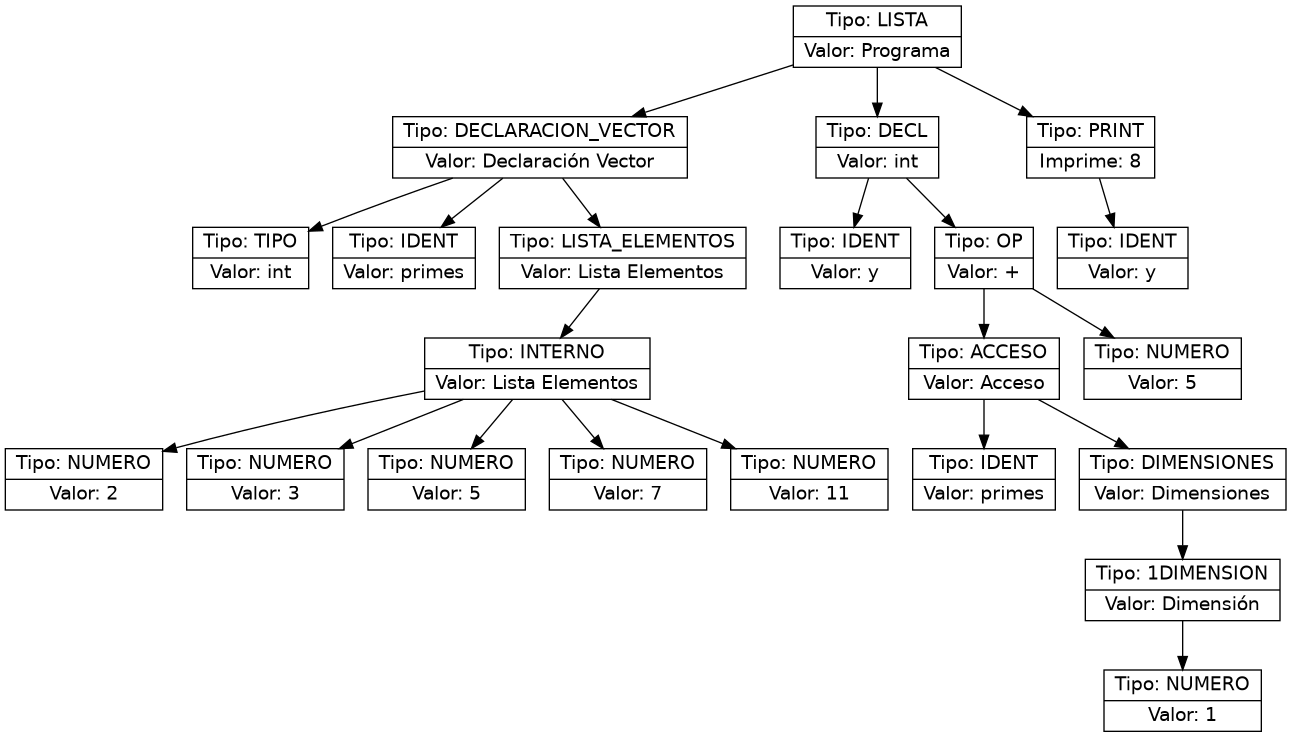
Above: ast.png in Farot30/OLC2_2s2025_202307820 (Graphviz), before the change. Its source is kept beside it as ast.dot. Source of this version:
```dot
digraph AST {
  node [shape=record,fontname="Helvetica"];
  n0x5fb536857dc0 [label="{Tipo: LISTA|Valor: Programa}"];
  n0x5fb536857dc0 -> n0x5fb53688ff60;
  n0x5fb53688ff60 [label="{Tipo: DECLARACION_VECTOR|Valor: Declaración Vector}"];
  n0x5fb53688ff60 -> n0x5fb5368580e0;
  n0x5fb5368580e0 [label="{Tipo: TIPO|Valor: int}"];
  n0x5fb53688ff60 -> n0x5fb53661d180;
  n0x5fb53661d180 [label="{Tipo: IDENT|Valor: primes}"];
  n0x5fb53688ff60 -> n0x5fb536858f80;
  n0x5fb536858f80 [label="{Tipo: LISTA_ELEMENTOS|Valor: Lista Elementos}"];
  n0x5fb536858f80 -> n0x5fb5366477c0;
  n0x5fb5366477c0 [label="{Tipo: INTERNO|Valor: Lista Elementos}"];
  n0x5fb5366477c0 -> n0x5fb5368cded0;
  n0x5fb5368cded0 [label="{Tipo: NUMERO|Valor: 2}"];
  n0x5fb5366477c0 -> n0x5fb536859020;
  n0x5fb536859020 [label="{Tipo: NUMERO|Valor: 3}"];
  n0x5fb5366477c0 -> n0x5fb5366237e0;
  n0x5fb5366237e0 [label="{Tipo: NUMERO|Valor: 5}"];
  n0x5fb5366477c0 -> n0x5fb5367e3ab0;
  n0x5fb5367e3ab0 [label="{Tipo: NUMERO|Valor: 7}"];
  n0x5fb5366477c0 -> n0x5fb53691b740;
  n0x5fb53691b740 [label="{Tipo: NUMERO|Valor: 11}"];
  n0x5fb536857dc0 -> n0x5fb5368b7e70;
  n0x5fb5368b7e70 [label="{Tipo: DECL|Valor: int}"];
  n0x5fb5368b7e70 -> n0x5fb5367e9470;
  n0x5fb5367e9470 [label="{Tipo: IDENT|Valor: y}"];
  n0x5fb5368b7e70 -> n0x5fb5368584a0;
  n0x5fb5368584a0 [label="{Tipo: OP|Valor: +}"];
  n0x5fb5368584a0 -> n0x5fb5369f4950;
  n0x5fb5369f4950 [label="{Tipo: ACCESO|Valor: Acceso}"];
  n0x5fb5369f4950 -> n0x5fb5367e32e0;
  n0x5fb5367e32e0 [label="{Tipo: IDENT|Valor: primes}"];
  n0x5fb5369f4950 -> n0x5fb53678f140;
  n0x5fb53678f140 [label="{Tipo: DIMENSIONES|Valor: Dimensiones}"];
  n0x5fb53678f140 -> n0x5fb5369f4060;
  n0x5fb5369f4060 [label="{Tipo: 1DIMENSION|Valor: Dimensión}"];
  n0x5fb5369f4060 -> n0x5fb5368d09d0;
  n0x5fb5368d09d0 [label="{Tipo: NUMERO|Valor: 1}"];
  n0x5fb5368584a0 -> n0x5fb53696b130;
  n0x5fb53696b130 [label="{Tipo: NUMERO|Valor: 5}"];
  n0x5fb536857dc0 -> n0x5fb53688e160;
  n0x5fb53688e160 [label="{Tipo: PRINT|Imprime: 8}"];
  n0x5fb53688e160 -> n0x5fb5367e19e0;
  n0x5fb5367e19e0 [label="{Tipo: IDENT|Valor: y}"];
}
```
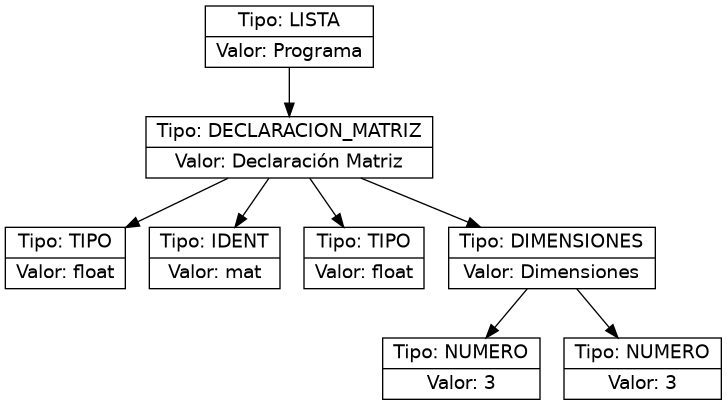
The same file after the commit.

Diff of the diagram source:
```diff
@@ -1,46 +1,18 @@
 digraph AST {
   node [shape=record,fontname="Helvetica"];
-  n0x5fb536857dc0 [label="{Tipo: LISTA|Valor: Programa}"];
-  n0x5fb536857dc0 -> n0x5fb53688ff60;
-  n0x5fb53688ff60 [label="{Tipo: DECLARACION_VECTOR|Valor: Declaración Vector}"];
-  n0x5fb53688ff60 -> n0x5fb5368580e0;
-  n0x5fb5368580e0 [label="{Tipo: TIPO|Valor: int}"];
-  n0x5fb53688ff60 -> n0x5fb53661d180;
-  n0x5fb53661d180 [label="{Tipo: IDENT|Valor: primes}"];
-  n0x5fb53688ff60 -> n0x5fb536858f80;
-  n0x5fb536858f80 [label="{Tipo: LISTA_ELEMENTOS|Valor: Lista Elementos}"];
-  n0x5fb536858f80 -> n0x5fb5366477c0;
-  n0x5fb5366477c0 [label="{Tipo: INTERNO|Valor: Lista Elementos}"];
-  n0x5fb5366477c0 -> n0x5fb5368cded0;
-  n0x5fb5368cded0 [label="{Tipo: NUMERO|Valor: 2}"];
-  n0x5fb5366477c0 -> n0x5fb536859020;
-  n0x5fb536859020 [label="{Tipo: NUMERO|Valor: 3}"];
-  n0x5fb5366477c0 -> n0x5fb5366237e0;
-  n0x5fb5366237e0 [label="{Tipo: NUMERO|Valor: 5}"];
-  n0x5fb5366477c0 -> n0x5fb5367e3ab0;
-  n0x5fb5367e3ab0 [label="{Tipo: NUMERO|Valor: 7}"];
-  n0x5fb5366477c0 -> n0x5fb53691b740;
-  n0x5fb53691b740 [label="{Tipo: NUMERO|Valor: 11}"];
-  n0x5fb536857dc0 -> n0x5fb5368b7e70;
-  n0x5fb5368b7e70 [label="{Tipo: DECL|Valor: int}"];
-  n0x5fb5368b7e70 -> n0x5fb5367e9470;
-  n0x5fb5367e9470 [label="{Tipo: IDENT|Valor: y}"];
-  n0x5fb5368b7e70 -> n0x5fb5368584a0;
-  n0x5fb5368584a0 [label="{Tipo: OP|Valor: +}"];
-  n0x5fb5368584a0 -> n0x5fb5369f4950;
-  n0x5fb5369f4950 [label="{Tipo: ACCESO|Valor: Acceso}"];
-  n0x5fb5369f4950 -> n0x5fb5367e32e0;
-  n0x5fb5367e32e0 [label="{Tipo: IDENT|Valor: primes}"];
-  n0x5fb5369f4950 -> n0x5fb53678f140;
-  n0x5fb53678f140 [label="{Tipo: DIMENSIONES|Valor: Dimensiones}"];
-  n0x5fb53678f140 -> n0x5fb5369f4060;
-  n0x5fb5369f4060 [label="{Tipo: 1DIMENSION|Valor: Dimensión}"];
-  n0x5fb5369f4060 -> n0x5fb5368d09d0;
-  n0x5fb5368d09d0 [label="{Tipo: NUMERO|Valor: 1}"];
-  n0x5fb5368584a0 -> n0x5fb53696b130;
-  n0x5fb53696b130 [label="{Tipo: NUMERO|Valor: 5}"];
-  n0x5fb536857dc0 -> n0x5fb53688e160;
-  n0x5fb53688e160 [label="{Tipo: PRINT|Imprime: 8}"];
-  n0x5fb53688e160 -> n0x5fb5367e19e0;
-  n0x5fb5367e19e0 [label="{Tipo: IDENT|Valor: y}"];
+  n0x5be996013e50 [label="{Tipo: LISTA|Valor: Programa}"];
+  n0x5be996013e50 -> n0x5be995cafcd0;
+  n0x5be995cafcd0 [label="{Tipo: DECLARACION_MATRIZ|Valor: Declaración Matriz}"];
+  n0x5be995cafcd0 -> n0x5be995fafd70;
+  n0x5be995fafd70 [label="{Tipo: TIPO|Valor: float}"];
+  n0x5be995cafcd0 -> n0x5be995e24130;
+  n0x5be995e24130 [label="{Tipo: IDENT|Valor: mat}"];
+  n0x5be995cafcd0 -> n0x5be995e88180;
+  n0x5be995e88180 [label="{Tipo: TIPO|Valor: float}"];
+  n0x5be995cafcd0 -> n0x5be995cb0b30;
+  n0x5be995cb0b30 [label="{Tipo: DIMENSIONES|Valor: Dimensiones}"];
+  n0x5be995cb0b30 -> n0x5be995e263c0;
+  n0x5be995e263c0 [label="{Tipo: NUMERO|Valor: 3}"];
+  n0x5be995cb0b30 -> n0x5be995e262d0;
+  n0x5be995e262d0 [label="{Tipo: NUMERO|Valor: 3}"];
 }
```
